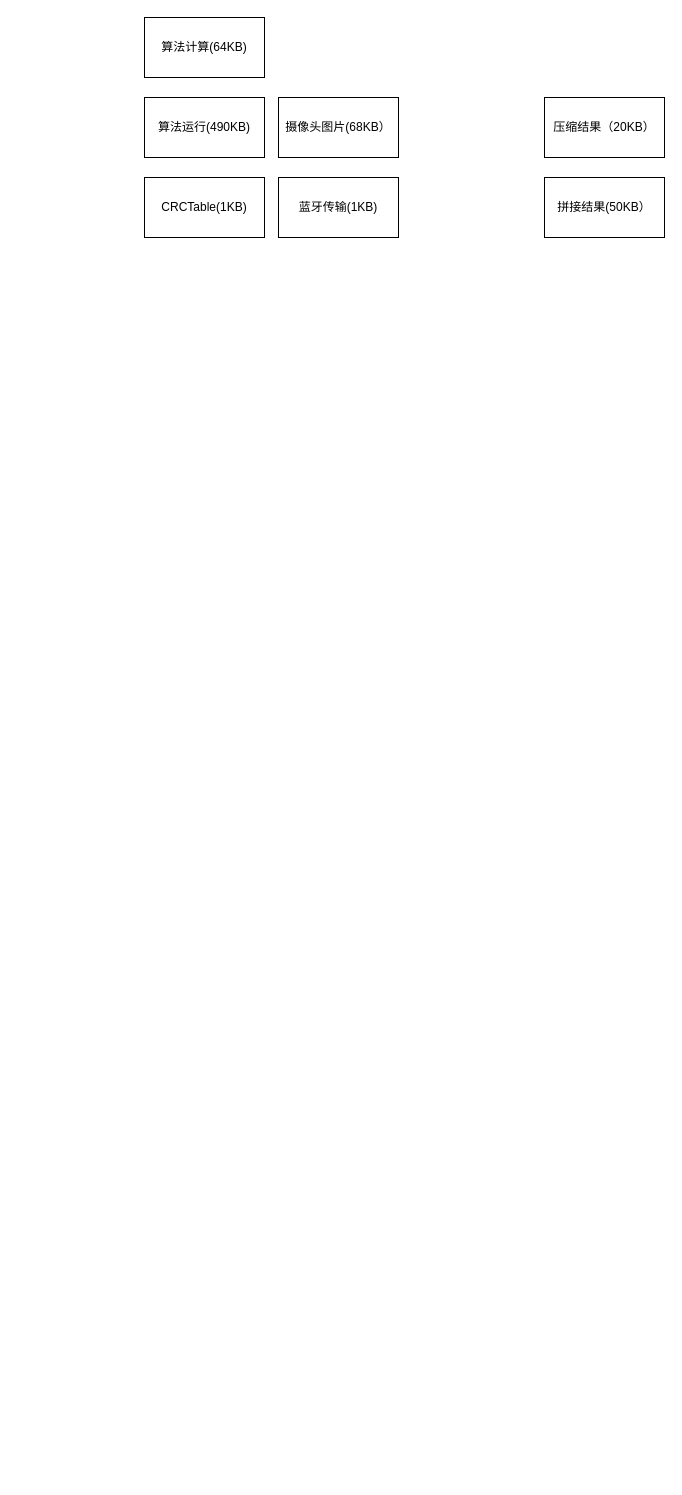
The draw.io diagram elink.drawio in chenxuzy/ThreadPool, before the edit. Source tidied: cells renumbered, new cells numbered last; positions are measured from the earlier drawing's top-left corner, leaving out a move shared by most shapes. Both pictures are drawn from the tidied source at 100%, with x=0, y=0 at pixel (144, 17).
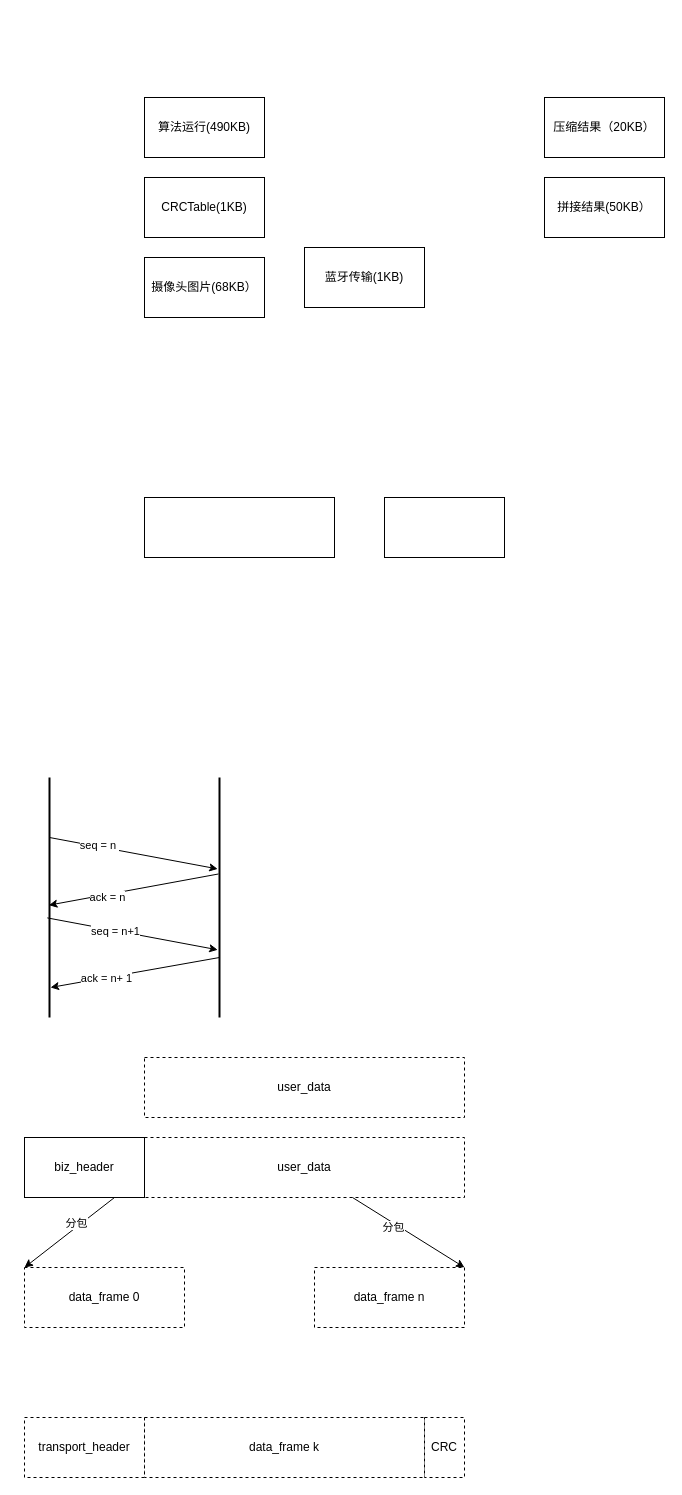
Above is the later version.

Diff of the diagram source:
```diff
@@
     <mxCell id="3" value="摄像头图片(68KB）" style="rounded=0;whiteSpace=wrap;html=1;" parent="1" vertex="1">
-      <mxGeometry x="134" y="80" width="120" height="60" as="geometry" />
+      <mxGeometry y="240" width="120" height="60" as="geometry" />
     </mxCell>
@@
     <mxCell id="7" value="蓝牙传输(1KB)" style="rounded=0;whiteSpace=wrap;html=1;" parent="1" vertex="1">
-      <mxGeometry x="134" y="160" width="120" height="60" as="geometry" />
+      <mxGeometry x="160" y="230" width="120" height="60" as="geometry" />
     </mxCell>
-    <mxCell id="8" value="算法计算(64KB)" style="rounded=0;whiteSpace=wrap;html=1;" parent="1" vertex="1">
-      <mxGeometry width="120" height="60" as="geometry" />
-    </mxCell>
+    <mxCell id="9" style="rounded=0;whiteSpace=wrap;html=1;" parent="1" vertex="1">
+      <mxGeometry y="480" width="190" height="60" as="geometry" />
+    </mxCell>
+    <mxCell id="10" style="rounded=0;whiteSpace=wrap;html=1;" parent="1" vertex="1">
+      <mxGeometry x="240" y="480" width="120" height="60" as="geometry" />
+    </mxCell>
+    <mxCell id="11" style="line;strokeWidth=2;direction=south;html=1;" parent="1" vertex="1">
+      <mxGeometry x="-100" y="760" width="10" height="240" as="geometry" />
+    </mxCell>
+    <mxCell id="12" style="line;strokeWidth=2;direction=south;html=1;" parent="1" vertex="1">
+      <mxGeometry x="70" y="760" width="10" height="240" as="geometry" />
+    </mxCell>
+    <mxCell id="13" style="endArrow=classic;html=1;rounded=0;exitX=0.25;exitY=0.5;exitDx=0;exitDy=0;exitPerimeter=0;entryX=0.381;entryY=0.68;entryDx=0;entryDy=0;entryPerimeter=0;" parent="1" edge="1" source="11" target="12">
+      <mxGeometry relative="1" as="geometry" />
+    </mxCell>
+    <mxCell id="14" value="seq = n&amp;nbsp;" style="edgeLabel;html=1;align=center;verticalAlign=middle;" parent="13" vertex="1">
+      <mxGeometry x="-0.42" y="2" relative="1" as="geometry" />
+    </mxCell>
+    <mxCell id="15" style="endArrow=classic;html=1;rounded=0;entryX=0.532;entryY=0.56;entryDx=0;entryDy=0;entryPerimeter=0;exitX=0.402;exitY=0.6;exitDx=0;exitDy=0;exitPerimeter=0;" parent="1" edge="1" source="12" target="11">
+      <mxGeometry relative="1" as="geometry" />
+    </mxCell>
+    <mxCell id="16" value="ack = n" style="edgeLabel;html=1;align=center;verticalAlign=middle;" parent="15" vertex="1">
+      <mxGeometry x="0.32" y="2" relative="1" as="geometry" />
+    </mxCell>
+    <mxCell id="17" style="endArrow=classic;html=1;rounded=0;exitX=0.585;exitY=0.72;exitDx=0;exitDy=0;exitPerimeter=0;entryX=0.718;entryY=0.68;entryDx=0;entryDy=0;entryPerimeter=0;" parent="1" edge="1" source="11" target="12">
+      <mxGeometry relative="1" as="geometry" />
+    </mxCell>
+    <mxCell id="18" value="seq = n+1" style="edgeLabel;html=1;align=center;verticalAlign=middle;" parent="17" vertex="1">
+      <mxGeometry x="-0.2" relative="1" as="geometry" />
+    </mxCell>
+    <mxCell id="19" style="endArrow=classic;html=1;rounded=0;exitX=0.75;exitY=0.5;exitDx=0;exitDy=0;exitPerimeter=0;entryX=0.875;entryY=0.4;entryDx=0;entryDy=0;entryPerimeter=0;" parent="1" edge="1" source="12" target="11">
+      <mxGeometry relative="1" as="geometry" />
+    </mxCell>
+    <mxCell id="20" value="ack = n+ 1" style="edgeLabel;html=1;align=center;verticalAlign=middle;" parent="19" vertex="1">
+      <mxGeometry x="0.34" relative="1" as="geometry" />
+    </mxCell>
+    <mxCell id="21" value="user_data" style="rounded=0;whiteSpace=wrap;html=1;dashed=1;" parent="1" vertex="1">
+      <mxGeometry y="1040" width="320" height="60" as="geometry" />
+    </mxCell>
+    <mxCell id="22" value="user_data" style="rounded=0;whiteSpace=wrap;html=1;dashed=1;" parent="1" vertex="1">
+      <mxGeometry y="1120" width="320" height="60" as="geometry" />
+    </mxCell>
+    <mxCell id="23" value="biz_header" style="rounded=0;whiteSpace=wrap;html=1;" parent="1" vertex="1">
+      <mxGeometry x="-120" y="1120" width="120" height="60" as="geometry" />
+    </mxCell>
+    <mxCell id="24" value="data_frame 0" style="rounded=0;whiteSpace=wrap;html=1;dashed=1;" parent="1" vertex="1">
+      <mxGeometry x="-120" y="1250" width="160" height="60" as="geometry" />
+    </mxCell>
+    <mxCell id="25" value="data_frame n" style="rounded=0;whiteSpace=wrap;html=1;dashed=1;" parent="1" vertex="1">
+      <mxGeometry x="170" y="1250" width="150" height="60" as="geometry" />
+    </mxCell>
+    <mxCell id="26" value="data_frame k" style="rounded=0;whiteSpace=wrap;html=1;dashed=1;" parent="1" vertex="1">
+      <mxGeometry y="1400" width="280" height="60" as="geometry" />
+    </mxCell>
+    <mxCell id="27" value="CRC" style="rounded=0;whiteSpace=wrap;html=1;dashed=1;" parent="1" vertex="1">
+      <mxGeometry x="280" y="1400" width="40" height="60" as="geometry" />
+    </mxCell>
+    <mxCell id="28" value="transport_header" style="rounded=0;whiteSpace=wrap;html=1;dashed=1;" parent="1" vertex="1">
+      <mxGeometry x="-120" y="1400" width="120" height="60" as="geometry" />
+    </mxCell>
+    <mxCell id="29" style="endArrow=classic;html=1;rounded=0;entryX=0;entryY=0;entryDx=0;entryDy=0;exitX=0.75;exitY=1;exitDx=0;exitDy=0;" parent="1" edge="1" source="23" target="24">
+      <mxGeometry relative="1" as="geometry" />
+    </mxCell>
+    <mxCell id="30" value="分包" style="edgeLabel;html=1;align=center;verticalAlign=middle;" parent="29" vertex="1">
+      <mxGeometry x="-0.19" y="-4" relative="1" as="geometry" />
+    </mxCell>
+    <mxCell id="31" style="endArrow=classic;html=1;rounded=0;entryX=1;entryY=0;entryDx=0;entryDy=0;" parent="1" edge="1" source="22" target="25">
+      <mxGeometry relative="1" as="geometry" />
+    </mxCell>
+    <mxCell id="32" value="分包" style="edgeLabel;html=1;align=center;verticalAlign=middle;" parent="31" vertex="1">
+      <mxGeometry x="-0.24" y="-3" relative="1" as="geometry" />
+    </mxCell>
```
